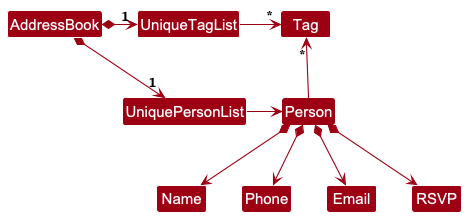
Earlier version of the PlantUML export docs/images/BetterModelClassDiagram.png (nus-cs2103-AY2425S1/tp).
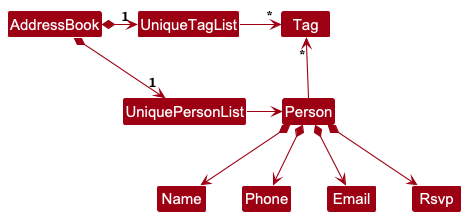
The same file after the commit.

Diff of the diagram source:
```diff
@@ -17,5 +17,5 @@
 Person *--> Name
 Person *--> Phone
 Person *--> Email
-Person *--> RSVP
+Person *--> Rsvp
 @enduml
```
